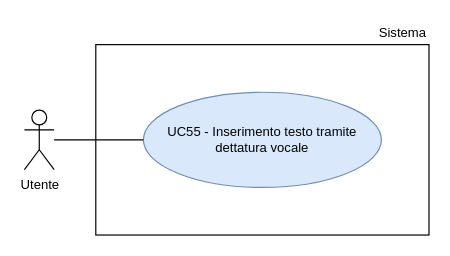
Above: RTB/doc_esterna/analisi-dei-requisiti/assets/draw.io/UC55.drawio in thebitless-group-swe/thebitless.github.io (draw.io), before the change. Source tidied: cells renumbered, new cells numbered last; positions are measured from the earlier drawing's top-left corner, leaving out a move shared by most shapes. Both pictures are drawn from the tidied source at 119%, with x=0, y=0 at pixel (24, 20).
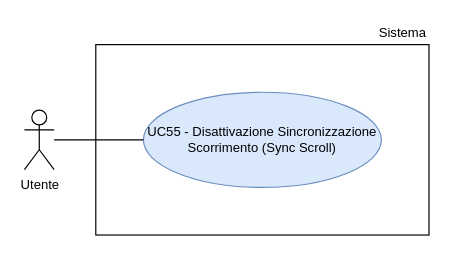
After the change.

What changed in the source:
```diff
@@
 <mxGraphModel>
   <root>
     <mxCell id="0" />
     <mxCell id="1" parent="0" />
     <mxCell id="2" value="Utente" style="shape=umlActor;verticalLabelPosition=bottom;verticalAlign=top;html=1;outlineConnect=0;fontSize=11;" parent="1" vertex="1">
       <mxGeometry y="75" width="25" height="50" as="geometry" />
     </mxCell>
-    <mxCell id="3" style="rounded=0;whiteSpace=wrap;html=1;strokeWidth=1;" parent="1" vertex="1">
-      <mxGeometry x="60" y="20" width="280" height="160" as="geometry" />
-    </mxCell>
+    <mxCell id="7" style="rounded=0;whiteSpace=wrap;html=1;strokeWidth=1;" parent="1" vertex="1">
+      <mxGeometry x="60" y="20" width="280" height="160" as="geometry" />
+    </mxCell>
     <mxCell id="4" value="Sistema" style="text;html=1;whiteSpace=wrap;strokeColor=none;fillColor=none;align=right;verticalAlign=middle;fontSize=11;" parent="1" vertex="1">
       <mxGeometry x="270" width="70" height="20" as="geometry" />
     </mxCell>
-    <mxCell id="5" value="UC55 - Inserimento testo tramite dettatura vocale" style="ellipse;whiteSpace=wrap;html=1;fillColor=#dae8fc;strokeColor=#6c8ebf;fontSize=11;" parent="1" vertex="1">
-      <mxGeometry x="100" y="60" width="200" height="80" as="geometry" />
-    </mxCell>
-    <mxCell id="6" style="edgeStyle=none;rounded=0;jettySize=auto;html=1;endArrow=none;endFill=0;" parent="1" edge="1" source="2" target="5">
-      <mxGeometry relative="1" as="geometry" />
-    </mxCell>
+    <mxCell id="8" value="UC55 - Disattivazione Sincronizzazione Scorrimento (Sync Scroll)" style="ellipse;whiteSpace=wrap;html=1;fillColor=#dae8fc;strokeColor=#6c8ebf;fontSize=11;" parent="1" vertex="1">
+      <mxGeometry x="100" y="60" width="200" height="80" as="geometry" />
+    </mxCell>
+    <mxCell id="9" style="edgeStyle=none;rounded=0;jettySize=auto;html=1;endArrow=none;endFill=0;" parent="1" edge="1" source="2" target="8">
+      <mxGeometry relative="1" as="geometry" />
+    </mxCell>
   </root>
 </mxGraphModel>
```
